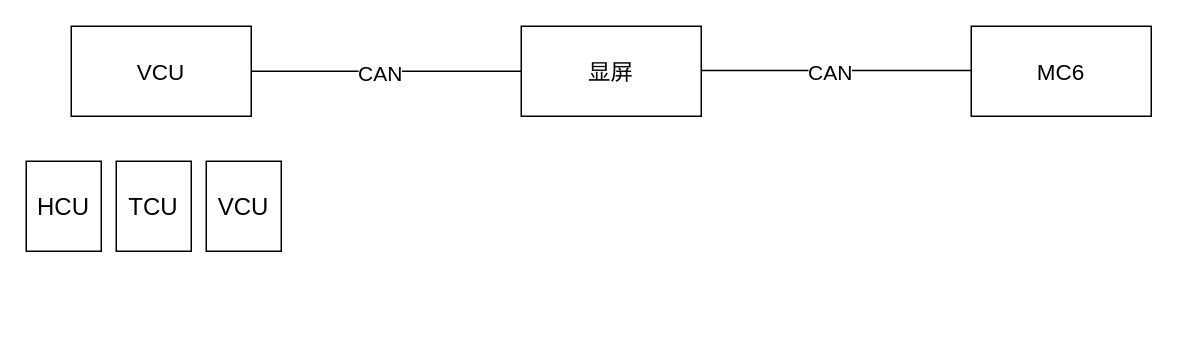
Above: unis_常发.drawio in Hanye1108/drawio (draw.io), before the change. Source tidied: cells renumbered, new cells numbered last; positions are measured from the earlier drawing's top-left corner, leaving out a move shared by most shapes. Both pictures are drawn from the tidied source at 150%, with x=0, y=0 at pixel (26, 26).
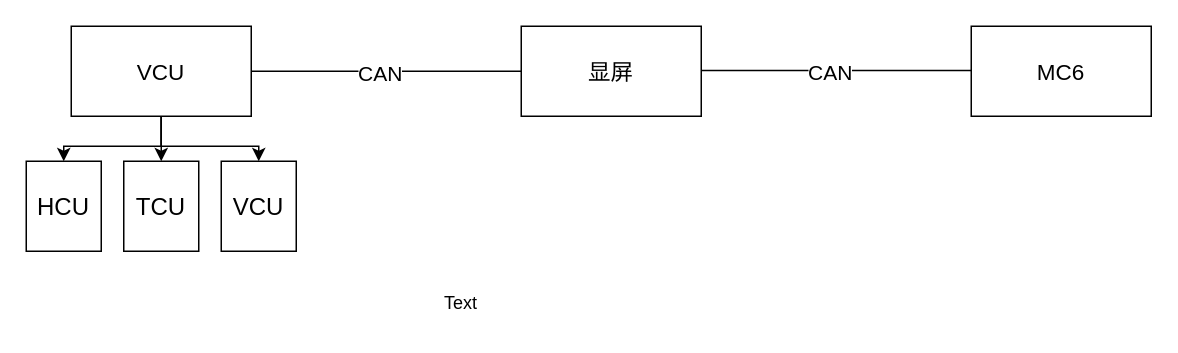
The same page after the edit.

Diff of the diagram source:
```diff
@@
 <mxGraphModel>
   <root>
     <mxCell id="0" />
     <mxCell id="1" parent="0" />
+    <mxCell id="12" style="edgeStyle=orthogonalEdgeStyle;rounded=0;jettySize=auto;html=1;exitX=0.5;exitY=1;exitDx=0;exitDy=0;" parent="1" edge="1" source="2" target="3">
+      <mxGeometry relative="1" as="geometry" />
+    </mxCell>
+    <mxCell id="13" style="edgeStyle=orthogonalEdgeStyle;rounded=0;jettySize=auto;html=1;exitX=0.5;exitY=1;exitDx=0;exitDy=0;entryX=0.5;entryY=0;entryDx=0;entryDy=0;" parent="1" edge="1" source="2" target="5">
+      <mxGeometry relative="1" as="geometry" />
+    </mxCell>
     <mxCell id="2" value="&lt;font style=&quot;font-size: 15px;&quot;&gt;VCU&lt;/font&gt;" style="rounded=0;whiteSpace=wrap;html=1;" parent="1" vertex="1">
       <mxGeometry x="30" width="120" height="60" as="geometry" />
     </mxCell>
     <mxCell id="3" value="&lt;font style=&quot;font-size: 16px;&quot;&gt;HCU&lt;/font&gt;" style="rounded=0;whiteSpace=wrap;html=1;" parent="1" vertex="1">
       <mxGeometry y="90" width="50" height="60" as="geometry" />
     </mxCell>
     <mxCell id="4" value="&lt;font style=&quot;font-size: 16px;&quot;&gt;TCU&lt;/font&gt;" style="rounded=0;whiteSpace=wrap;html=1;" parent="1" vertex="1">
-      <mxGeometry x="60" y="90" width="50" height="60" as="geometry" />
+      <mxGeometry x="65" y="90" width="50" height="60" as="geometry" />
     </mxCell>
     <mxCell id="5" value="&lt;font style=&quot;font-size: 16px;&quot;&gt;VCU&lt;/font&gt;" style="rounded=0;whiteSpace=wrap;html=1;" parent="1" vertex="1">
-      <mxGeometry x="120" y="90" width="50" height="60" as="geometry" />
+      <mxGeometry x="130" y="90" width="50" height="60" as="geometry" />
     </mxCell>
     <mxCell id="6" value="&lt;font style=&quot;font-size: 15px;&quot;&gt;显屏&lt;/font&gt;" style="rounded=0;whiteSpace=wrap;html=1;" parent="1" vertex="1">
       <mxGeometry x="330" width="120" height="60" as="geometry" />
     </mxCell>
     <mxCell id="7" value="&lt;font style=&quot;font-size: 15px;&quot;&gt;MC6&lt;/font&gt;" style="rounded=0;whiteSpace=wrap;html=1;" parent="1" vertex="1">
       <mxGeometry x="630" width="120" height="60" as="geometry" />
     </mxCell>
     <mxCell id="8" style="endArrow=none;html=1;rounded=0;entryX=0;entryY=0.5;entryDx=0;entryDy=0;" parent="1" edge="1" target="6">
       <mxGeometry relative="1" as="geometry">
         <mxPoint x="150" y="30" as="sourcePoint" />
       </mxGeometry>
     </mxCell>
     <mxCell id="9" value="CAN" style="edgeLabel;html=1;align=center;verticalAlign=middle;fontSize=14;" parent="8" vertex="1">
       <mxGeometry x="-0.06" y="-1" relative="1" as="geometry" />
     </mxCell>
     <mxCell id="10" style="endArrow=none;html=1;rounded=0;entryX=0;entryY=0.5;entryDx=0;entryDy=0;" parent="1" edge="1">
       <mxGeometry relative="1" as="geometry">
         <mxPoint x="450" y="29.5" as="sourcePoint" />
         <mxPoint x="630" y="29.5" as="targetPoint" />
       </mxGeometry>
     </mxCell>
     <mxCell id="11" value="CAN" style="edgeLabel;html=1;align=center;verticalAlign=middle;fontSize=14;" parent="10" vertex="1">
       <mxGeometry x="-0.06" y="-1" relative="1" as="geometry" />
     </mxCell>
+    <mxCell id="14" style="edgeStyle=orthogonalEdgeStyle;rounded=0;jettySize=auto;html=1;exitX=0.5;exitY=1;exitDx=0;exitDy=0;" parent="1" edge="1" source="2">
+      <mxGeometry relative="1" as="geometry">
+        <mxPoint x="90" y="90" as="targetPoint" />
+      </mxGeometry>
+    </mxCell>
+    <mxCell id="15" value="Text" style="text;html=1;whiteSpace=wrap;strokeColor=none;fillColor=none;align=center;verticalAlign=middle;rounded=0;" parent="1" vertex="1">
+      <mxGeometry x="260" y="170" width="60" height="30" as="geometry" />
+    </mxCell>
   </root>
 </mxGraphModel>
```
